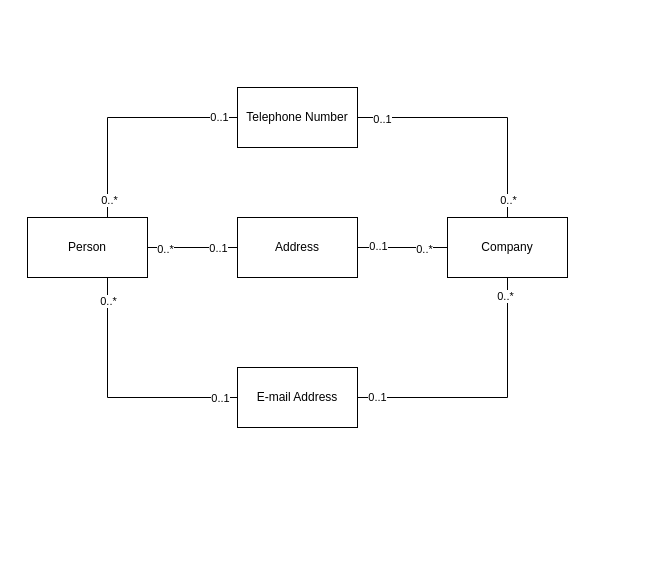
This is analysis-patterns-2-1-Initial-model-of-an-address-book.drawio from wubin28/analysis-patterns-diagrams-in-uml, a draw.io file, before an edit. Source tidied: cells renumbered, new cells numbered last; positions are measured from the earlier drawing's top-left corner, leaving out a move shared by most shapes. Both pictures are drawn from the tidied source at 100%, with x=0, y=0 at pixel (27, 87).
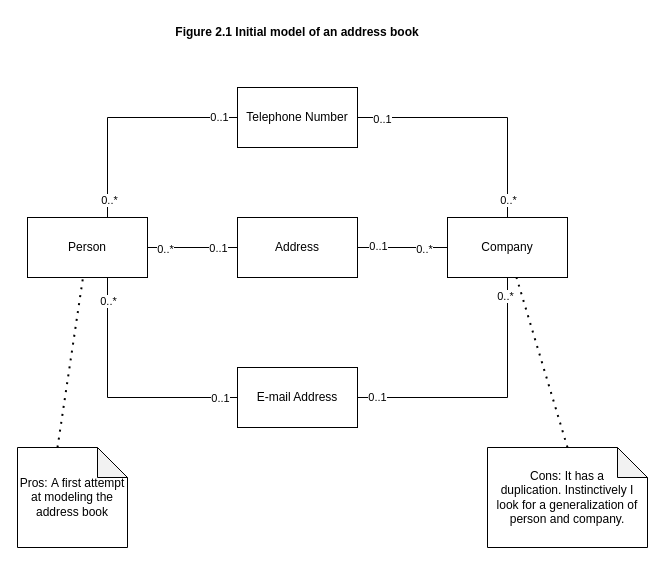
The same diagram, later.

Commit message:
refactor: add pros and cons in figure 2.1

Unchanged cells that the change refers to:
```xml
<mxCell id="11" value="Person" style="rounded=0;whiteSpace=wrap;html=1;" parent="1" vertex="1">
  <mxGeometry y="130" width="120" height="60" as="geometry" />
</mxCell>
<mxCell id="20" value="Company" style="rounded=0;whiteSpace=wrap;html=1;" parent="1" vertex="1">
  <mxGeometry x="420" y="130" width="120" height="60" as="geometry" />
</mxCell>
```

Diff of the diagram source:
```diff
@@
+    <mxCell id="25" value="Figure 2.1 Initial model of an address book" style="text;html=1;strokeColor=none;fillColor=none;align=center;verticalAlign=middle;whiteSpace=wrap;rounded=0;fontStyle=1;" parent="1" vertex="1">
+      <mxGeometry x="135" y="-70" width="270" height="30" as="geometry" />
+    </mxCell>
+    <mxCell id="26" value="Pros:&amp;nbsp;A first attempt at modeling the address book" style="shape=note;whiteSpace=wrap;html=1;backgroundOutline=1;darkOpacity=0.05;" parent="1" vertex="1">
+      <mxGeometry x="-10" y="360" width="110" height="100" as="geometry" />
+    </mxCell>
+    <mxCell id="27" value="Cons:&amp;nbsp;It has a duplication.&amp;nbsp;Instinctively I look for a generalization of person and company." style="shape=note;whiteSpace=wrap;html=1;backgroundOutline=1;darkOpacity=0.05;" parent="1" vertex="1">
+      <mxGeometry x="460" y="360" width="160" height="100" as="geometry" />
+    </mxCell>
+    <mxCell id="28" style="endArrow=none;dashed=1;html=1;dashPattern=1 3;strokeWidth=2;rounded=0;exitX=0.5;exitY=0;exitDx=0;exitDy=0;exitPerimeter=0;" parent="1" edge="1" source="27" target="20">
+      <mxGeometry relative="1" as="geometry" />
+    </mxCell>
+    <mxCell id="29" style="endArrow=none;dashed=1;html=1;dashPattern=1 3;strokeWidth=2;rounded=0;exitX=0;exitY=0;exitDx=40;exitDy=0;exitPerimeter=0;" parent="1" edge="1" source="26" target="11">
+      <mxGeometry relative="1" as="geometry" />
+    </mxCell>
```
